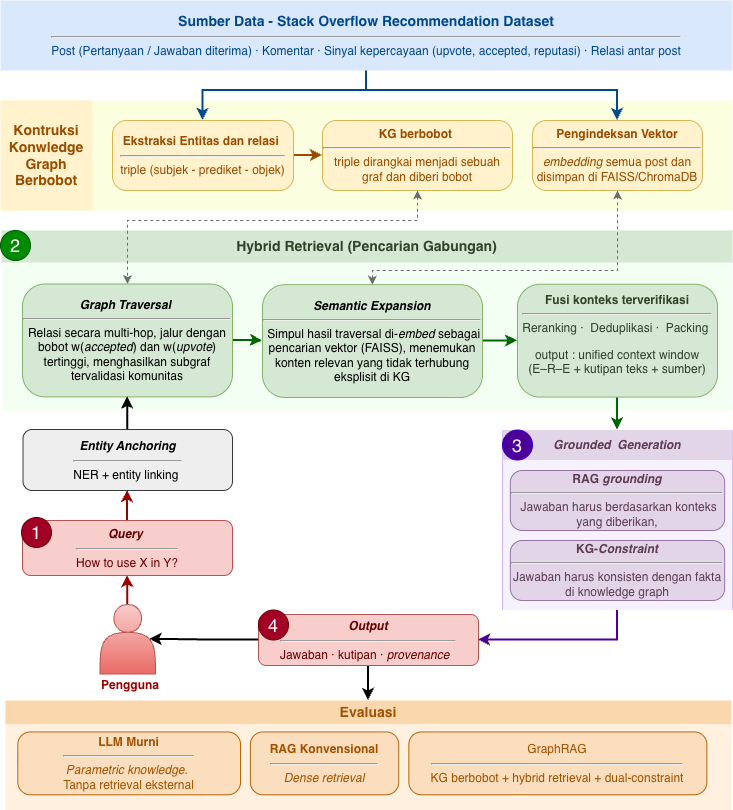
This is images/bab3_arsitektur_framework.png from dartikaanie/Thesis_sord, a draw.io export, as it was before one commit. Source tidied: cells renumbered, new cells last; positions are measured from the earlier drawing's top-left corner, leaving out a move shared by most shapes.
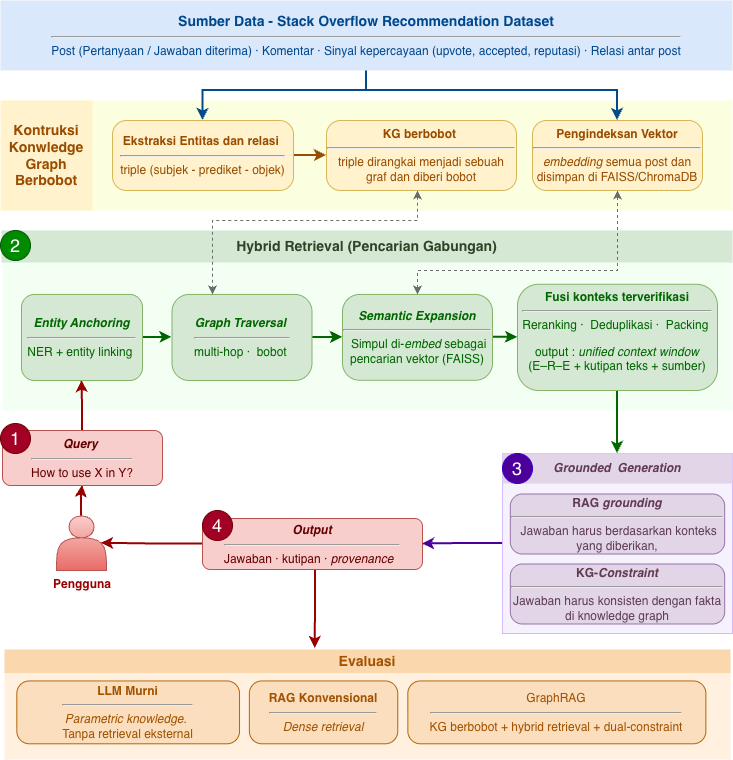
After the commit.

Diff of the diagram source:
```diff
@@ -15,7 +15,7 @@
       <mxGeometry x="112" y="120" width="181" height="70" as="geometry" />
     </mxCell>
     <mxCell id="6" value="&lt;b&gt;KG berbobot&lt;/b&gt;&amp;nbsp;&lt;hr&gt;&lt;div&gt;triple dirangkai menjadi sebuah graf dan diberi bobot&lt;/div&gt;" style="rounded=1;whiteSpace=wrap;html=1;fillColor=#fff2cc;strokeColor=#d6b656;arcSize=20;fontFamily=Helvetica;fontColor=#994C00;" parent="1" vertex="1">
-      <mxGeometry x="322" y="120" width="190" height="70" as="geometry" />
+      <mxGeometry x="326" y="120" width="190" height="70" as="geometry" />
     </mxCell>
     <mxCell id="7" value="&lt;strong&gt;Pengindeksan Vektor&lt;/strong&gt;&lt;br&gt;&lt;hr&gt;&lt;em&gt;embedding&lt;/em&gt;&amp;nbsp;semua post dan disimpan di FAISS/ChromaDB" style="rounded=1;whiteSpace=wrap;html=1;fillColor=#fff2cc;strokeColor=#d6b656;arcSize=20;fontFamily=Helvetica;fontColor=#994C00;" parent="1" vertex="1">
       <mxGeometry x="532" y="120" width="170" height="70" as="geometry" />
@@ -49,51 +49,56 @@
       <mxGeometry relative="1" as="geometry" />
     </mxCell>
     <mxCell id="14" style="shape=actor;whiteSpace=wrap;html=1;fillColor=#f8cecc;strokeColor=#b85450;gradientColor=#ea6b66;fontFamily=Helvetica;" parent="1" vertex="1">
-      <mxGeometry x="99.5" y="604" width="55.5" height="69.5" as="geometry" />
+      <mxGeometry x="56" y="515.5" width="50" height="54.5" as="geometry" />
     </mxCell>
     <mxCell id="15" style="edgeStyle=orthogonalEdgeStyle;rounded=0;jettySize=auto;html=1;entryX=0.5;entryY=1;entryDx=0;entryDy=0;fontFamily=Helvetica;strokeColor=#990000;strokeWidth=2;" parent="1" edge="1" source="16" target="34">
       <mxGeometry relative="1" as="geometry" />
     </mxCell>
     <mxCell id="16" value="&lt;span style=&quot;font-weight: 700;&quot;&gt;&lt;i&gt;Query&lt;/i&gt;&amp;nbsp;&lt;/span&gt;&lt;br&gt;&lt;hr&gt;&lt;span&gt;How to use X in Y?&lt;/span&gt;" style="rounded=1;whiteSpace=wrap;html=1;fillColor=#f8cecc;strokeColor=#b85450;fontSize=12;fontColor=#660000;fontFamily=Helvetica;" parent="1" vertex="1">
-      <mxGeometry x="22" y="520" width="210" height="55" as="geometry" />
+      <mxGeometry x="2" y="430" width="160" height="55" as="geometry" />
     </mxCell>
-    <mxCell id="17" style="edgeStyle=orthogonalEdgeStyle;rounded=0;jettySize=auto;html=1;fontFamily=Helvetica;strokeColor=#006600;strokeWidth=2;" parent="1" edge="1" source="18" target="21">
+    <mxCell id="17" style="edgeStyle=orthogonalEdgeStyle;rounded=0;jettySize=auto;html=1;fontFamily=Helvetica;strokeColor=#006600;strokeWidth=2;fontColor=#006600;" parent="1" edge="1" source="18" target="21">
       <mxGeometry relative="1" as="geometry" />
     </mxCell>
-    <mxCell id="18" value="&lt;i&gt;&lt;b&gt;Graph Traversal&lt;/b&gt;&amp;nbsp;&lt;/i&gt;&lt;br&gt;&lt;hr&gt;Relasi secara multi-hop, jalur dengan bobot w(&lt;i&gt;accepted&lt;/i&gt;) dan w(&lt;i&gt;upvote&lt;/i&gt;) tertinggi, menghasilkan subgraf tervalidasi komunitas" style="rounded=1;whiteSpace=wrap;html=1;fillColor=#d5e8d4;strokeColor=#82b366;arcSize=20;fontFamily=Helvetica;fontSize=12;" parent="1" vertex="1">
-      <mxGeometry x="22" y="283.5" width="210" height="112.9" as="geometry" />
+    <mxCell id="18" value="&lt;i&gt;&lt;b&gt;Graph Traversal&lt;/b&gt;&amp;nbsp;&lt;/i&gt;&lt;br&gt;&lt;hr&gt;multi-hop&amp;nbsp;&lt;span style=&quot;white-space: nowrap;&quot;&gt;·&amp;nbsp;&lt;/span&gt;&amp;nbsp;bobot&amp;nbsp;" style="rounded=1;whiteSpace=wrap;html=1;fillColor=#d5e8d4;strokeColor=#82b366;arcSize=20;fontFamily=Helvetica;fontSize=12;fontColor=#006600;" parent="1" vertex="1">
+      <mxGeometry x="171.5" y="293.9" width="140" height="86.1" as="geometry" />
     </mxCell>
     <mxCell id="19" style="edgeStyle=orthogonalEdgeStyle;rounded=0;jettySize=auto;html=1;entryX=0.5;entryY=1;entryDx=0;entryDy=0;exitX=0.5;exitY=0;exitDx=0;exitDy=0;dashed=1;startArrow=classic;startFill=1;fontFamily=Helvetica;strokeColor=light-dark(#6C6C6C,#A4A4A4);" parent="1" edge="1" source="21" target="7">
       <mxGeometry relative="1" as="geometry">
         <Array as="points">
-          <mxPoint x="372" y="270" />
+          <mxPoint x="417" y="270" />
           <mxPoint x="617" y="270" />
         </Array>
       </mxGeometry>
     </mxCell>
-    <mxCell id="20" style="edgeStyle=orthogonalEdgeStyle;rounded=0;jettySize=auto;html=1;strokeWidth=2;strokeColor=#006600;" parent="1" edge="1" source="21" target="23">
+    <mxCell id="20" style="edgeStyle=orthogonalEdgeStyle;rounded=0;jettySize=auto;html=1;strokeWidth=2;strokeColor=#006600;fontColor=#006600;" parent="1" edge="1" source="21" target="23">
       <mxGeometry relative="1" as="geometry" />
     </mxCell>
-    <mxCell id="21" value="&lt;b&gt;&lt;i&gt;Semantic Expansion&lt;/i&gt;&lt;/b&gt;&lt;br&gt;&lt;hr&gt;&lt;div&gt;&amp;nbsp;Simpul hasil traversal di-&lt;em&gt;embed&lt;/em&gt; sebagai pencarian vektor (FAISS), menemukan konten relevan yang tidak terhubung eksplisit di KG&lt;/div&gt;" style="rounded=1;whiteSpace=wrap;html=1;fillColor=#d5e8d4;strokeColor=#82b366;arcSize=20;fontFamily=Helvetica;fontSize=12;" parent="1" vertex="1">
-      <mxGeometry x="262" y="284.1" width="220" height="112.9" as="geometry" />
+    <mxCell id="21" value="&lt;b&gt;&lt;i&gt;Semantic Expansion&lt;/i&gt;&lt;/b&gt;&lt;br&gt;&lt;hr&gt;&lt;div&gt;&amp;nbsp;Simpul di-&lt;em&gt;embed&lt;/em&gt; sebagai pencarian vektor (FAISS)&lt;/div&gt;" style="rounded=1;whiteSpace=wrap;html=1;fillColor=#d5e8d4;strokeColor=#82b366;arcSize=20;fontFamily=Helvetica;fontSize=12;fontColor=#006600;" parent="1" vertex="1">
+      <mxGeometry x="342" y="293.9" width="150" height="85.9" as="geometry" />
     </mxCell>
     <mxCell id="22" style="edgeStyle=orthogonalEdgeStyle;rounded=0;jettySize=auto;html=1;strokeColor=#006600;strokeWidth=2;" parent="1" edge="1" source="23" target="38">
       <mxGeometry relative="1" as="geometry" />
     </mxCell>
-    <mxCell id="23" value="&lt;font style=&quot;color: rgb(46, 67, 39);&quot;&gt;&lt;span style=&quot;white-space: nowrap;&quot;&gt;&lt;b&gt;Fusi konteks terverifikasi&lt;/b&gt;&lt;/span&gt;&lt;br&gt;&lt;/font&gt;&lt;hr&gt;&lt;font style=&quot;color: rgb(46, 67, 39);&quot;&gt;&lt;font style=&quot;color: rgb(46, 67, 39);&quot;&gt;&lt;span style=&quot;background-color: transparent;&quot;&gt;&lt;font&gt;Reranking&amp;nbsp;&lt;/font&gt;&lt;/span&gt;&lt;span style=&quot;white-space: nowrap;&quot;&gt;·&amp;nbsp; Deduplikasi&amp;nbsp;&lt;/span&gt;&lt;span style=&quot;white-space: nowrap;&quot;&gt;·&amp;nbsp; Packing&lt;/span&gt;&lt;/font&gt;&lt;span style=&quot;white-space: nowrap; color: rgb(0, 72, 141);&quot;&gt;&amp;nbsp;&lt;/span&gt;&lt;/font&gt;&lt;div&gt;&lt;span style=&quot;white-space: nowrap; color: rgb(0, 72, 141);&quot;&gt;&lt;p&gt;&lt;font style=&quot;color: rgb(46, 67, 39);&quot;&gt;output : unified context window &lt;br&gt;(E–R–E + kutipan teks + sumber)&lt;/font&gt;&lt;/p&gt;&lt;/span&gt;&lt;/div&gt;" style="rounded=1;html=1;fillColor=#d5e8d4;strokeColor=#82b366;arcSize=20;fontFamily=Helvetica;fontSize=12;fontColor=#2E4327;align=center;whiteSpace=wrap;spacing=5;" parent="1" vertex="1">
-      <mxGeometry x="517" y="283.8" width="200" height="112.9" as="geometry" />
+    <mxCell id="23" value="&lt;font style=&quot;&quot;&gt;&lt;span style=&quot;white-space: nowrap;&quot;&gt;&lt;b&gt;Fusi konteks terverifikasi&lt;/b&gt;&lt;/span&gt;&lt;br&gt;&lt;/font&gt;&lt;hr&gt;&lt;font style=&quot;&quot;&gt;&lt;font style=&quot;&quot;&gt;&lt;span style=&quot;background-color: transparent;&quot;&gt;&lt;font&gt;Reranking&amp;nbsp;&lt;/font&gt;&lt;/span&gt;&lt;span style=&quot;white-space: nowrap;&quot;&gt;·&amp;nbsp; Deduplikasi&amp;nbsp;&lt;/span&gt;&lt;span style=&quot;white-space: nowrap;&quot;&gt;·&amp;nbsp; Packing&lt;/span&gt;&lt;/font&gt;&lt;span style=&quot;white-space: nowrap;&quot;&gt;&amp;nbsp;&lt;/span&gt;&lt;/font&gt;&lt;div&gt;&lt;span style=&quot;white-space: nowrap;&quot;&gt;&lt;p&gt;&lt;font style=&quot;&quot;&gt;output : &lt;i&gt;unified context window &lt;/i&gt;&lt;br&gt;(E–R–E + kutipan teks + sumber)&lt;/font&gt;&lt;/p&gt;&lt;/span&gt;&lt;/div&gt;" style="rounded=1;html=1;fillColor=#d5e8d4;strokeColor=#82b366;arcSize=20;fontFamily=Helvetica;fontSize=12;fontColor=#006600;align=center;whiteSpace=wrap;spacing=5;" parent="1" vertex="1">
+      <mxGeometry x="517" y="283.8" width="200" height="106.2" as="geometry" />
     </mxCell>
-    <mxCell id="24" style="edgeStyle=orthogonalEdgeStyle;rounded=0;jettySize=auto;html=1;strokeWidth=2;" parent="1" edge="1" source="25" target="29">
-      <mxGeometry relative="1" as="geometry" />
+    <mxCell id="24" style="edgeStyle=orthogonalEdgeStyle;rounded=0;jettySize=auto;html=1;strokeWidth=2;entryX=0.428;entryY=-0.041;entryDx=0;entryDy=0;entryPerimeter=0;strokeColor=#990000;" parent="1" edge="1" source="25" target="29">
+      <mxGeometry relative="1" as="geometry">
+        <Array as="points">
+          <mxPoint x="315" y="600" />
+          <mxPoint x="315" y="600" />
+        </Array>
+      </mxGeometry>
     </mxCell>
     <mxCell id="25" value="&lt;b&gt;&lt;i&gt;Output&lt;/i&gt;&lt;/b&gt;&lt;br&gt;&lt;hr&gt;Jawaban&amp;nbsp;&lt;span style=&quot;text-align: start; white-space: nowrap;&quot;&gt;· kutipan&amp;nbsp;&lt;/span&gt;&lt;span style=&quot;text-align: start; white-space: nowrap;&quot;&gt;·&amp;nbsp;&lt;/span&gt;&lt;i style=&quot;text-align: start; white-space: nowrap; background-color: transparent; color: light-dark(rgb(102, 0, 0), rgb(255, 200, 200));&quot;&gt;provenance&lt;/i&gt;&lt;span style=&quot;text-align: start; white-space: nowrap; background-color: transparent; color: light-dark(rgb(102, 0, 0), rgb(255, 200, 200));&quot;&gt;&amp;nbsp;&amp;nbsp;&lt;/span&gt;" style="rounded=1;whiteSpace=wrap;html=1;fillColor=#f8cecc;strokeColor=#b85450;fontSize=12;fontColor=#660000;fontFamily=Helvetica;" parent="1" vertex="1">
-      <mxGeometry x="258" y="614" width="220" height="51" as="geometry" />
+      <mxGeometry x="202" y="518" width="220" height="51" as="geometry" />
     </mxCell>
-    <mxCell id="26" style="edgeStyle=orthogonalEdgeStyle;rounded=0;jettySize=auto;html=1;fontFamily=Helvetica;strokeColor=#4C0099;entryX=1;entryY=0.5;entryDx=0;entryDy=0;exitX=0.5;exitY=1;exitDx=0;exitDy=0;strokeWidth=2;" parent="1" edge="1" source="37" target="25">
+    <mxCell id="26" style="edgeStyle=orthogonalEdgeStyle;rounded=0;jettySize=auto;html=1;fontFamily=Helvetica;strokeColor=#4C0099;entryX=1;entryY=0.5;entryDx=0;entryDy=0;strokeWidth=2;" parent="1" edge="1" source="37" target="25">
       <mxGeometry relative="1" as="geometry" />
     </mxCell>
     <mxCell id="27" style="group;fontFamily=Helvetica;" parent="1" vertex="1">
-      <mxGeometry x="5" y="700" width="726" height="110" as="geometry" />
+      <mxGeometry x="4" y="649" width="726" height="110" as="geometry" />
     </mxCell>
     <mxCell id="28" style="rounded=1;whiteSpace=wrap;html=1;fillColor=#FFF0DF;strokeColor=none;dashed=1;strokeWidth=1;dashPattern=8 8;arcSize=0;fontFamily=Helvetica;" parent="27" vertex="1">
       <mxGeometry y="7.9" width="726" height="102.1" as="geometry" />
@@ -110,22 +115,22 @@
     <mxCell id="32" value="GraphRAG&lt;hr&gt;KG berbobot + hybrid retrieval + dual-constraint&lt;div style=&quot;text-align: start;&quot;&gt;&lt;/div&gt;" style="rounded=1;whiteSpace=wrap;html=1;fillColor=#FADEBD;strokeColor=#b46504;arcSize=20;fontFamily=Helvetica;fontSize=12;fontColor=#A15200;" parent="27" vertex="1">
       <mxGeometry x="403.3" y="31.4" width="298.1" height="62.9" as="geometry" />
     </mxCell>
-    <mxCell id="33" style="edgeStyle=orthogonalEdgeStyle;rounded=0;jettySize=auto;html=1;strokeWidth=2;" parent="1" edge="1" source="34" target="18">
+    <mxCell id="33" style="edgeStyle=orthogonalEdgeStyle;rounded=0;jettySize=auto;html=1;strokeWidth=2;fontColor=#006600;strokeColor=#006600;" parent="1" edge="1" source="34" target="18">
       <mxGeometry relative="1" as="geometry" />
     </mxCell>
-    <mxCell id="34" value="&lt;b&gt;&lt;i&gt;Entity Anchoring&lt;/i&gt;&lt;/b&gt;&lt;hr&gt;NER&lt;b&gt; &lt;/b&gt;+&lt;b&gt;&amp;nbsp;&lt;/b&gt;entity linking&amp;nbsp;" style="rounded=1;whiteSpace=wrap;html=1;fillColor=#eeeeee;strokeColor=#36393d;fontSize=12;fontFamily=Helvetica;" parent="1" vertex="1">
-      <mxGeometry x="22.5" y="429" width="209.5" height="61" as="geometry" />
+    <mxCell id="34" value="&lt;b&gt;&lt;i&gt;Entity Anchoring&lt;/i&gt;&lt;/b&gt;&lt;hr&gt;NER&lt;b&gt; &lt;/b&gt;+&lt;b&gt;&amp;nbsp;&lt;/b&gt;entity linking&amp;nbsp;" style="rounded=1;whiteSpace=wrap;html=1;fillColor=#d5e8d4;strokeColor=#82b366;fontSize=12;fontFamily=Helvetica;fontColor=#006600;" parent="1" vertex="1">
+      <mxGeometry x="21" y="293.9" width="121" height="86.1" as="geometry" />
     </mxCell>
-    <mxCell id="35" style="edgeStyle=orthogonalEdgeStyle;rounded=0;jettySize=auto;html=1;entryX=0.5;entryY=0;entryDx=0;entryDy=0;startArrow=classic;startFill=1;dashed=1;fontFamily=Helvetica;strokeColor=light-dark(#6C6C6C,#A4A4A4);" parent="1" edge="1" source="6" target="18">
+    <mxCell id="35" style="edgeStyle=orthogonalEdgeStyle;rounded=0;jettySize=auto;html=1;startArrow=classic;startFill=1;dashed=1;fontFamily=Helvetica;strokeColor=light-dark(#6C6C6C,#A4A4A4);" parent="1" edge="1" source="6" target="18">
       <mxGeometry relative="1" as="geometry">
         <Array as="points">
           <mxPoint x="417" y="220" />
-          <mxPoint x="127" y="220" />
+          <mxPoint x="212" y="220" />
         </Array>
       </mxGeometry>
     </mxCell>
     <mxCell id="36" style="group;fillColor=#6a00ff;fontColor=#ffffff;strokeColor=none;" parent="1" vertex="1">
-      <mxGeometry x="502" y="429.5" width="230" height="180" as="geometry" />
+      <mxGeometry x="502" y="453" width="230" height="180" as="geometry" />
     </mxCell>
     <mxCell id="37" style="rounded=1;whiteSpace=wrap;html=1;fillColor=#F6F2FD;strokeColor=none;dashed=1;strokeWidth=1;dashPattern=8 8;arcSize=0;fontFamily=Helvetica;" parent="36" vertex="1">
       <mxGeometry width="230" height="180" as="geometry" />
@@ -142,20 +147,20 @@
     <mxCell id="41" value="3" style="ellipse;whiteSpace=wrap;html=1;fillColor=#4C0099;strokeColor=#3700CC;fontColor=#ffffff;fontSize=18;" parent="36" vertex="1">
       <mxGeometry width="30" height="30" as="geometry" />
     </mxCell>
-    <mxCell id="42" style="edgeStyle=orthogonalEdgeStyle;rounded=0;jettySize=auto;html=1;entryX=0.9;entryY=0.5;entryDx=0;entryDy=0;entryPerimeter=0;strokeWidth=2;" parent="1" edge="1" source="25" target="14">
+    <mxCell id="42" style="edgeStyle=orthogonalEdgeStyle;rounded=0;jettySize=auto;html=1;entryX=0.9;entryY=0.5;entryDx=0;entryDy=0;entryPerimeter=0;strokeWidth=2;strokeColor=#990000;" parent="1" edge="1" source="25" target="14">
       <mxGeometry relative="1" as="geometry" />
     </mxCell>
     <mxCell id="43" value="1" style="ellipse;whiteSpace=wrap;html=1;fillColor=#a20025;strokeColor=#6F0000;fontColor=#ffffff;fontSize=18;" parent="1" vertex="1">
-      <mxGeometry x="21" y="517" width="30" height="30" as="geometry" />
+      <mxGeometry y="423" width="30" height="30" as="geometry" />
     </mxCell>
     <mxCell id="44" value="2" style="ellipse;whiteSpace=wrap;html=1;fillColor=#008a00;strokeColor=#005700;fontColor=#ffffff;fontSize=18;" parent="1" vertex="1">
       <mxGeometry y="230" width="30" height="30" as="geometry" />
     </mxCell>
     <mxCell id="45" value="4" style="ellipse;whiteSpace=wrap;html=1;fillColor=#a20025;strokeColor=#6F0000;fontColor=#ffffff;fontSize=18;" parent="1" vertex="1">
-      <mxGeometry x="258" y="609.5" width="30" height="30" as="geometry" />
+      <mxGeometry x="202" y="510" width="30" height="30" as="geometry" />
     </mxCell>
     <mxCell id="46" value="Pengguna" style="text;html=1;whiteSpace=wrap;strokeColor=none;fillColor=none;align=center;verticalAlign=middle;rounded=0;fontStyle=1;fontColor=#990000;" parent="1" vertex="1">
-      <mxGeometry x="99.5" y="670" width="60" height="30" as="geometry" />
+      <mxGeometry x="52" y="569" width="60" height="30" as="geometry" />
     </mxCell>
   </root>
 </mxGraphModel>
```
